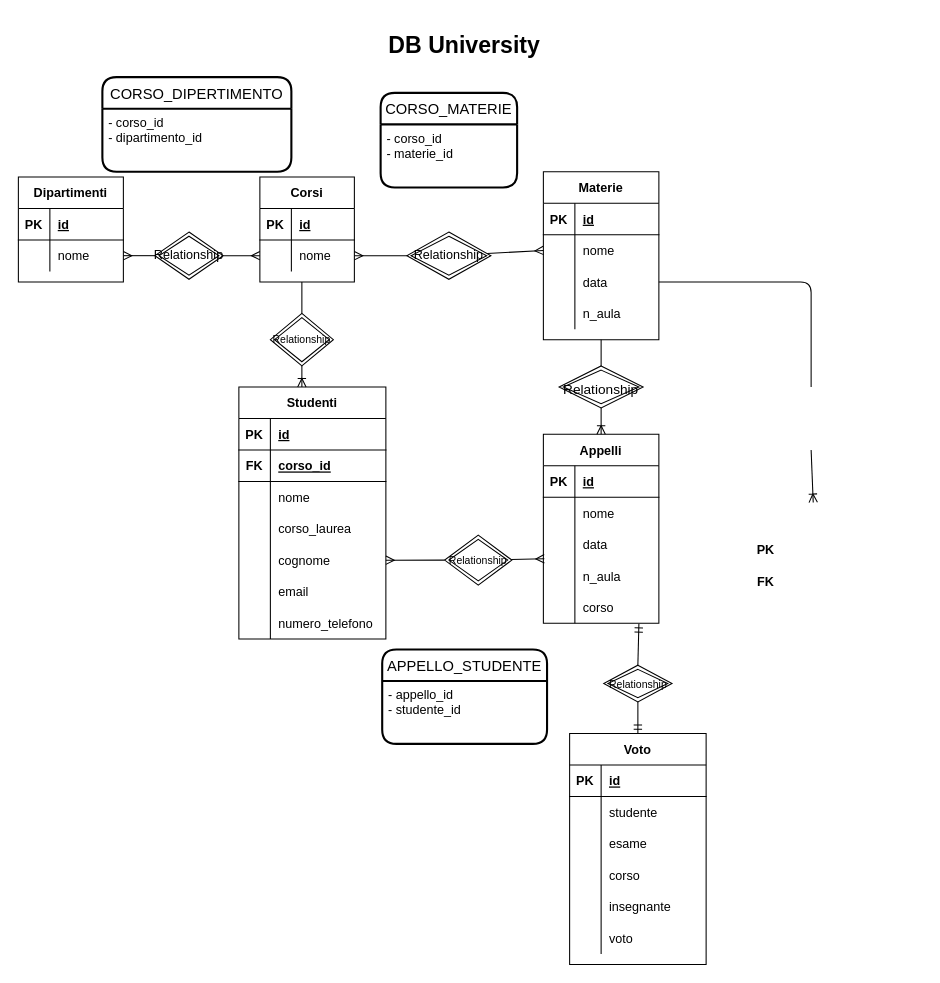
This is university.drawio from nicolas-dp/db-university, a draw.io file, before an edit. Source tidied: cells renumbered, new cells numbered last; positions are measured from the earlier drawing's top-left corner, leaving out a move shared by most shapes. Both pictures are drawn from the tidied source at 105%, with x=0, y=0 at pixel (18, 29).
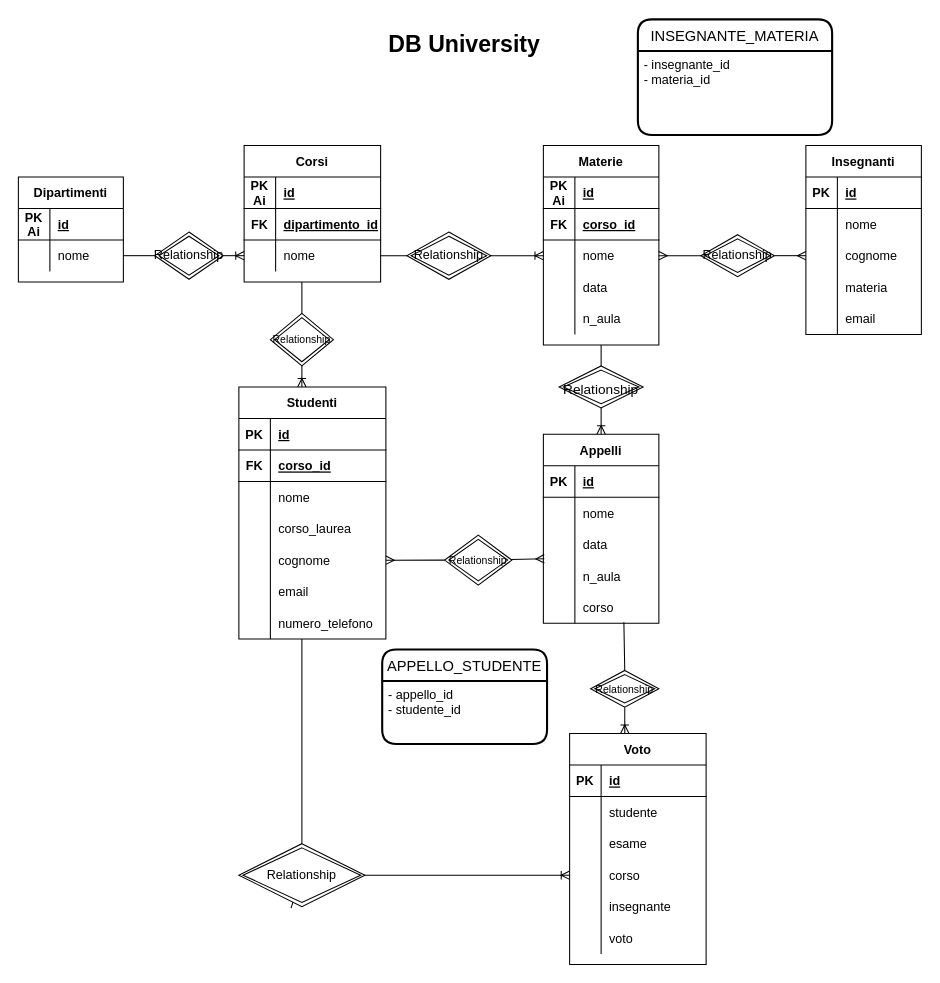
The same diagram, later.

The change refers to these unchanged cells:
```xml
<mxCell id="3" style="shape=partialRectangle;fillColor=none;top=0;left=0;bottom=1;right=0;" parent="2" vertex="1">
  <mxGeometry y="30" width="100" height="30" as="geometry" />
</mxCell>
<mxCell id="6" style="shape=partialRectangle;fillColor=none;top=0;left=0;bottom=0;right=0;points=[[0,0.5],[1,0.5]];portConstraint=eastwest;" parent="2" vertex="1">
  <mxGeometry y="60" width="100" height="30" as="geometry" />
</mxCell>
<mxCell id="17" style="shape=partialRectangle;fillColor=none;top=0;left=0;bottom=1;right=0;" parent="16" vertex="1">
  <mxGeometry y="30" width="110" height="30" as="geometry" />
</mxCell>
<mxCell id="42" style="shape=partialRectangle;fillColor=none;top=0;left=0;bottom=0;right=0;points=[[0,0.5],[1,0.5]];portConstraint=eastwest;" parent="29" vertex="1">
  <mxGeometry y="150" width="110" height="30" as="geometry" />
</mxCell>
<mxCell id="72" value="Voto" style="shape=table;startSize=30;childLayout=tableLayout;rowLines=0;fontStyle=1;align=center;" parent="1" vertex="1">
  <mxGeometry x="525" y="670" width="130" height="220" as="geometry" />
</mxCell>
<mxCell id="82" style="shape=partialRectangle;fillColor=none;top=0;left=0;bottom=0;right=0;points=[[0,0.5],[1,0.5]];portConstraint=eastwest;" parent="72" vertex="1">
  <mxGeometry y="120" width="130" height="30" as="geometry" />
</mxCell>
```

The edit, as a diff of the source:
```diff
@@
-    <mxCell id="4" value="PK" style="shape=partialRectangle;fillColor=none;top=0;left=0;bottom=0;right=0;fontStyle=1;overflow=hidden;" parent="3" vertex="1">
+    <mxCell id="4" value="PK&#10;Ai" style="shape=partialRectangle;fillColor=none;top=0;left=0;bottom=0;right=0;fontStyle=1;overflow=hidden;" parent="3" vertex="1">
       <mxGeometry width="30" height="30" as="geometry" />
     </mxCell>
@@
     <mxCell id="9" value="Corsi" style="shape=table;startSize=30;childLayout=tableLayout;rowLines=0;fontStyle=1;align=center;" parent="1" vertex="1">
-      <mxGeometry x="230" y="140" width="90" height="100" as="geometry" />
+      <mxGeometry x="215" y="110" width="130" height="130" as="geometry" />
     </mxCell>
     <mxCell id="10" style="shape=partialRectangle;fillColor=none;top=0;left=0;bottom=1;right=0;" parent="9" vertex="1">
-      <mxGeometry y="30" width="90" height="30" as="geometry" />
+      <mxGeometry y="30" width="130" height="30" as="geometry" />
     </mxCell>
-    <mxCell id="11" value="PK" style="shape=partialRectangle;fillColor=none;top=0;left=0;bottom=0;right=0;fontStyle=1;overflow=hidden;" parent="10" vertex="1">
+    <mxCell id="11" value="PK&#10;Ai" style="shape=partialRectangle;fillColor=none;top=0;left=0;bottom=0;right=0;fontStyle=1;overflow=hidden;" parent="10" vertex="1">
       <mxGeometry width="30" height="30" as="geometry" />
     </mxCell>
     <mxCell id="12" value="id" style="shape=partialRectangle;fillColor=none;top=0;left=0;bottom=0;right=0;align=left;spacingLeft=6;fontStyle=5;overflow=hidden;" parent="10" vertex="1">
-      <mxGeometry x="30" width="60" height="30" as="geometry" />
+      <mxGeometry x="30" width="100" height="30" as="geometry" />
     </mxCell>
+    <mxCell id="119" style="shape=partialRectangle;fillColor=none;top=0;left=0;bottom=1;right=0;" parent="9" vertex="1">
+      <mxGeometry y="60" width="130" height="30" as="geometry" />
+    </mxCell>
+    <mxCell id="120" value="FK" style="shape=partialRectangle;fillColor=none;top=0;left=0;bottom=0;right=0;fontStyle=1;overflow=hidden;" parent="119" vertex="1">
+      <mxGeometry width="30" height="30" as="geometry" />
+    </mxCell>
+    <mxCell id="121" value="dipartimento_id" style="shape=partialRectangle;fillColor=none;top=0;left=0;bottom=0;right=0;align=left;spacingLeft=6;fontStyle=5;overflow=hidden;" parent="119" vertex="1">
+      <mxGeometry x="30" width="100" height="30" as="geometry" />
+    </mxCell>
     <mxCell id="13" style="shape=partialRectangle;fillColor=none;top=0;left=0;bottom=0;right=0;points=[[0,0.5],[1,0.5]];portConstraint=eastwest;" parent="9" vertex="1">
-      <mxGeometry y="60" width="90" height="30" as="geometry" />
+      <mxGeometry y="90" width="130" height="30" as="geometry" />
     </mxCell>
@@
     <mxCell id="15" value="nome" style="shape=partialRectangle;fillColor=none;top=0;left=0;bottom=0;right=0;align=left;spacingLeft=6;overflow=hidden;" parent="13" vertex="1">
-      <mxGeometry x="30" width="60" height="30" as="geometry" />
+      <mxGeometry x="30" width="100" height="30" as="geometry" />
     </mxCell>
     <mxCell id="16" value="Materie" style="shape=table;startSize=30;childLayout=tableLayout;rowLines=0;fontStyle=1;align=center;" parent="1" vertex="1">
-      <mxGeometry x="500" y="135" width="110" height="160" as="geometry" />
+      <mxGeometry x="500" y="110" width="110" height="190" as="geometry" />
     </mxCell>
@@
-    <mxCell id="18" value="PK" style="shape=partialRectangle;fillColor=none;top=0;left=0;bottom=0;right=0;fontStyle=1;overflow=hidden;" parent="17" vertex="1">
+    <mxCell id="18" value="PK&#10;Ai" style="shape=partialRectangle;fillColor=none;top=0;left=0;bottom=0;right=0;fontStyle=1;overflow=hidden;" parent="17" vertex="1">
       <mxGeometry width="30" height="30" as="geometry" />
     </mxCell>
@@
+    <mxCell id="122" style="shape=partialRectangle;fillColor=none;top=0;left=0;bottom=1;right=0;" parent="16" vertex="1">
+      <mxGeometry y="60" width="110" height="30" as="geometry" />
+    </mxCell>
+    <mxCell id="123" value="FK" style="shape=partialRectangle;fillColor=none;top=0;left=0;bottom=0;right=0;fontStyle=1;overflow=hidden;" parent="122" vertex="1">
+      <mxGeometry width="30" height="30" as="geometry" />
+    </mxCell>
+    <mxCell id="124" value="corso_id" style="shape=partialRectangle;fillColor=none;top=0;left=0;bottom=0;right=0;align=left;spacingLeft=6;fontStyle=5;overflow=hidden;" parent="122" vertex="1">
+      <mxGeometry x="30" width="80" height="30" as="geometry" />
+    </mxCell>
     <mxCell id="20" style="shape=partialRectangle;fillColor=none;top=0;left=0;bottom=0;right=0;points=[[0,0.5],[1,0.5]];portConstraint=eastwest;" parent="16" vertex="1">
-      <mxGeometry y="60" width="110" height="30" as="geometry" />
+      <mxGeometry y="90" width="110" height="30" as="geometry" />
     </mxCell>
@@
     <mxCell id="23" style="shape=partialRectangle;fillColor=none;top=0;left=0;bottom=0;right=0;points=[[0,0.5],[1,0.5]];portConstraint=eastwest;" parent="16" vertex="1">
-      <mxGeometry y="90" width="110" height="30" as="geometry" />
+      <mxGeometry y="120" width="110" height="30" as="geometry" />
     </mxCell>
@@
     <mxCell id="26" style="shape=partialRectangle;fillColor=none;top=0;left=0;bottom=0;right=0;" parent="16" vertex="1">
-      <mxGeometry y="120" width="110" height="30" as="geometry" />
+      <mxGeometry y="150" width="110" height="30" as="geometry" />
     </mxCell>
@@
-    <mxCell id="45" value="PK" style="shape=partialRectangle;fillColor=none;top=0;left=0;bottom=0;right=0;fontStyle=1;overflow=hidden;" parent="1" vertex="1">
-      <mxGeometry x="697" y="480" width="30" height="30" as="geometry" />
-    </mxCell>
-    <mxCell id="46" value="FK" style="shape=partialRectangle;fillColor=none;top=0;left=0;bottom=0;right=0;fontStyle=1;overflow=hidden;" parent="1" vertex="1">
-      <mxGeometry x="697" y="510" width="30" height="30" as="geometry" />
-    </mxCell>
-    <mxCell id="47" style="shape=partialRectangle;fillColor=none;top=0;left=0;bottom=0;right=0;overflow=hidden;" parent="1" vertex="1">
-      <mxGeometry x="697" y="540" width="30" height="30" as="geometry" />
-    </mxCell>
@@
-    <mxCell id="91" style="fontSize=12;html=1;endArrow=ERoneToMany;exitX=0.5;exitY=1;exitDx=0;exitDy=0;startArrow=none;entryX=0.5;entryY=0;entryDx=0;entryDy=0;" parent="1" edge="1">
-      <mxGeometry relative="1" as="geometry">
-        <mxPoint x="755" y="400" as="sourcePoint" />
-        <mxPoint x="757" y="450" as="targetPoint" />
-      </mxGeometry>
-    </mxCell>
-    <mxCell id="92" style="fontSize=12;html=1;endArrow=none;exitX=1;exitY=0.5;exitDx=0;exitDy=0;entryX=0.5;entryY=0;entryDx=0;entryDy=0;" parent="1" edge="1" source="23">
-      <mxGeometry relative="1" as="geometry">
-        <mxPoint x="755" y="340" as="targetPoint" />
-        <Array as="points">
-          <mxPoint x="755" y="240" />
-        </Array>
-      </mxGeometry>
-    </mxCell>
-    <mxCell id="93" value="CORSO_MATERIE" style="swimlane;horizontal=1;startSize=30;rounded=1;fontSize=14;fontStyle=0;strokeWidth=2;shadow=0;dashed=0;align=center;" parent="1" vertex="1">
-      <mxGeometry x="345" y="60" width="130" height="90" as="geometry" />
-    </mxCell>
-    <mxCell id="94" value="- corso_id&#10;- materie_id" style="align=left;strokeColor=none;fillColor=none;spacingLeft=4;fontSize=12;verticalAlign=top;" parent="93" vertex="1">
-      <mxGeometry y="30" width="130" height="60" as="geometry" />
-    </mxCell>
-    <mxCell id="95" style="fontSize=12;html=1;endArrow=ERmany;startArrow=none;entryX=0;entryY=0.5;entryDx=0;entryDy=0;" parent="1" edge="1" source="96" target="20">
-      <mxGeometry relative="1" as="geometry" />
-    </mxCell>
-    <mxCell id="96" value="Relationship" style="shape=rhombus;double=1;perimeter=rhombusPerimeter;whiteSpace=wrap;html=1;align=center;" parent="1" vertex="1">
-      <mxGeometry x="370" y="192.5" width="80" height="45" as="geometry" />
-    </mxCell>
-    <mxCell id="97" style="fontSize=12;html=1;endArrow=none;startArrow=ERmany;entryX=0;entryY=0.5;entryDx=0;entryDy=0;exitX=1;exitY=0.5;exitDx=0;exitDy=0;" parent="1" edge="1" source="13" target="96">
-      <mxGeometry relative="1" as="geometry" />
-    </mxCell>
@@
-    <mxCell id="111" style="fontSize=12;html=1;endArrow=ERmandOne;startArrow=none;rounded=0;entryX=0.827;entryY=1.016;entryDx=0;entryDy=0;entryPerimeter=0;exitX=0.5;exitY=0;exitDx=0;exitDy=0;" parent="1" edge="1" source="112" target="42">
-      <mxGeometry relative="1" as="geometry" />
-    </mxCell>
+    <mxCell id="118" style="fontSize=12;html=1;endArrow=ERoneToMany;exitX=1;exitY=0.5;exitDx=0;exitDy=0;entryX=0;entryY=0.5;entryDx=0;entryDy=0;startArrow=none;" parent="1" edge="1" source="117" target="13">
+      <mxGeometry relative="1" as="geometry" />
+    </mxCell>
+    <mxCell id="117" value="Relationship" style="shape=rhombus;double=1;perimeter=rhombusPerimeter;whiteSpace=wrap;html=1;align=center;" parent="1" vertex="1">
+      <mxGeometry x="130" y="192.5" width="65" height="45" as="geometry" />
+    </mxCell>
+    <mxCell id="125" style="fontSize=12;html=1;endArrow=none;exitX=1;exitY=0.5;exitDx=0;exitDy=0;entryX=0;entryY=0.5;entryDx=0;entryDy=0;" parent="1" edge="1" source="6" target="117">
+      <mxGeometry relative="1" as="geometry" />
+    </mxCell>
+    <mxCell id="96" value="Relationship" style="shape=rhombus;double=1;perimeter=rhombusPerimeter;whiteSpace=wrap;html=1;align=center;" parent="1" vertex="1">
+      <mxGeometry x="370" y="192.5" width="80" height="45" as="geometry" />
+    </mxCell>
+    <mxCell id="97" style="edgeStyle=entityRelationEdgeStyle;fontSize=12;html=1;endArrow=none;exitX=1;exitY=0.5;exitDx=0;exitDy=0;entryX=0;entryY=0.5;entryDx=0;entryDy=0;" parent="1" edge="1" source="13" target="96">
+      <mxGeometry relative="1" as="geometry" />
+    </mxCell>
+    <mxCell id="95" style="fontSize=12;html=1;endArrow=ERoneToMany;elbow=vertical;exitX=1;exitY=0.5;exitDx=0;exitDy=0;entryX=0;entryY=0.5;entryDx=0;entryDy=0;" parent="1" edge="1" source="96" target="20">
+      <mxGeometry relative="1" as="geometry" />
+    </mxCell>
+    <mxCell id="126" value="Insegnanti" style="shape=table;startSize=30;childLayout=tableLayout;rowLines=0;fontStyle=1;align=center;" parent="1" vertex="1">
+      <mxGeometry x="750" y="110" width="110" height="180" as="geometry" />
+    </mxCell>
+    <mxCell id="127" style="shape=partialRectangle;fillColor=none;top=0;left=0;bottom=1;right=0;" parent="126" vertex="1">
+      <mxGeometry y="30" width="110" height="30" as="geometry" />
+    </mxCell>
+    <mxCell id="45" value="PK" style="shape=partialRectangle;fillColor=none;top=0;left=0;bottom=0;right=0;fontStyle=1;overflow=hidden;" parent="127" vertex="1">
+      <mxGeometry width="30" height="30" as="geometry" />
+    </mxCell>
+    <mxCell id="128" value="id" style="shape=partialRectangle;fillColor=none;top=0;left=0;bottom=0;right=0;align=left;spacingLeft=6;fontStyle=5;overflow=hidden;" parent="127" vertex="1">
+      <mxGeometry x="30" width="80" height="30" as="geometry" />
+    </mxCell>
+    <mxCell id="129" style="shape=partialRectangle;fillColor=none;top=0;left=0;bottom=0;right=0;" parent="126" vertex="1">
+      <mxGeometry y="60" width="110" height="30" as="geometry" />
+    </mxCell>
+    <mxCell id="130" style="shape=partialRectangle;fillColor=none;top=0;left=0;bottom=0;right=0;overflow=hidden;" parent="129" vertex="1">
+      <mxGeometry width="30" height="30" as="geometry" />
+    </mxCell>
+    <mxCell id="131" value="nome" style="shape=partialRectangle;fillColor=none;top=0;left=0;bottom=0;right=0;align=left;spacingLeft=6;overflow=hidden;" parent="129" vertex="1">
+      <mxGeometry x="30" width="80" height="30" as="geometry" />
+    </mxCell>
+    <mxCell id="132" style="shape=partialRectangle;fillColor=none;top=0;left=0;bottom=0;right=0;points=[[0,0.5],[1,0.5]];portConstraint=eastwest;" parent="126" vertex="1">
+      <mxGeometry y="90" width="110" height="30" as="geometry" />
+    </mxCell>
+    <mxCell id="133" style="shape=partialRectangle;fillColor=none;top=0;left=0;bottom=0;right=0;overflow=hidden;" parent="132" vertex="1">
+      <mxGeometry width="30" height="30" as="geometry" />
+    </mxCell>
+    <mxCell id="134" value="cognome" style="shape=partialRectangle;fillColor=none;top=0;left=0;bottom=0;right=0;align=left;spacingLeft=6;overflow=hidden;" parent="132" vertex="1">
+      <mxGeometry x="30" width="80" height="30" as="geometry" />
+    </mxCell>
+    <mxCell id="135" style="shape=partialRectangle;fillColor=none;top=0;left=0;bottom=0;right=0;" parent="126" vertex="1">
+      <mxGeometry y="120" width="110" height="30" as="geometry" />
+    </mxCell>
+    <mxCell id="136" style="shape=partialRectangle;fillColor=none;top=0;left=0;bottom=0;right=0;overflow=hidden;" parent="135" vertex="1">
+      <mxGeometry width="30" height="30" as="geometry" />
+    </mxCell>
+    <mxCell id="137" value="materia" style="shape=partialRectangle;fillColor=none;top=0;left=0;bottom=0;right=0;align=left;spacingLeft=6;overflow=hidden;" parent="135" vertex="1">
+      <mxGeometry x="30" width="80" height="30" as="geometry" />
+    </mxCell>
+    <mxCell id="138" style="shape=partialRectangle;fillColor=none;top=0;left=0;bottom=0;right=0;" parent="126" vertex="1">
+      <mxGeometry y="150" width="110" height="30" as="geometry" />
+    </mxCell>
+    <mxCell id="139" style="shape=partialRectangle;fillColor=none;top=0;left=0;bottom=0;right=0;overflow=hidden;" parent="138" vertex="1">
+      <mxGeometry width="30" height="30" as="geometry" />
+    </mxCell>
+    <mxCell id="140" value="email" style="shape=partialRectangle;fillColor=none;top=0;left=0;bottom=0;right=0;align=left;spacingLeft=6;overflow=hidden;" parent="138" vertex="1">
+      <mxGeometry x="30" width="80" height="30" as="geometry" />
+    </mxCell>
+    <mxCell id="141" style="fontSize=12;html=1;endArrow=ERmany;startArrow=none;elbow=vertical;exitX=1;exitY=0.5;exitDx=0;exitDy=0;entryX=0;entryY=0.5;entryDx=0;entryDy=0;" parent="1" edge="1" source="142" target="132">
+      <mxGeometry relative="1" as="geometry" />
+    </mxCell>
+    <mxCell id="142" value="Relationship" style="shape=rhombus;double=1;perimeter=rhombusPerimeter;whiteSpace=wrap;html=1;align=center;" parent="1" vertex="1">
+      <mxGeometry x="650" y="195" width="70" height="40" as="geometry" />
+    </mxCell>
+    <mxCell id="143" style="fontSize=12;html=1;endArrow=none;startArrow=ERmany;elbow=vertical;exitX=1;exitY=0.5;exitDx=0;exitDy=0;entryX=0;entryY=0.5;entryDx=0;entryDy=0;" parent="1" edge="1" source="20" target="142">
+      <mxGeometry relative="1" as="geometry" />
+    </mxCell>
+    <mxCell id="144" value="INSEGNANTE_MATERIA" style="swimlane;horizontal=1;startSize=30;rounded=1;fontSize=14;fontStyle=0;strokeWidth=2;shadow=0;dashed=0;align=center;" parent="1" vertex="1">
+      <mxGeometry x="590" y="-10" width="185" height="110" as="geometry" />
+    </mxCell>
+    <mxCell id="145" value="- insegnante_id&#10;- materia_id" style="align=left;strokeColor=none;fillColor=none;spacingLeft=4;fontSize=12;verticalAlign=top;" parent="144" vertex="1">
+      <mxGeometry y="30" width="185" height="80" as="geometry" />
+    </mxCell>
+    <mxCell id="146" style="fontSize=12;html=1;endArrow=ERoneToMany;elbow=vertical;exitX=0.414;exitY=1.022;exitDx=0;exitDy=0;exitPerimeter=0;entryX=0;entryY=0.5;entryDx=0;entryDy=0;startArrow=none;" parent="1" edge="1" source="147" target="82">
+      <mxGeometry relative="1" as="geometry">
+        <Array as="points">
+          <mxPoint x="270" y="805" />
+        </Array>
+      </mxGeometry>
+    </mxCell>
+    <mxCell id="147" value="Relationship" style="shape=rhombus;double=1;perimeter=rhombusPerimeter;whiteSpace=wrap;html=1;align=center;" parent="1" vertex="1">
+      <mxGeometry x="210" y="775" width="120" height="60" as="geometry" />
+    </mxCell>
+    <mxCell id="148" style="fontSize=12;html=1;endArrow=none;elbow=vertical;entryX=0.5;entryY=0;entryDx=0;entryDy=0;" parent="1" edge="1" target="147">
+      <mxGeometry relative="1" as="geometry">
+        <mxPoint x="270" y="580" as="sourcePoint" />
+      </mxGeometry>
+    </mxCell>
+    <mxCell id="149" style="fontSize=12;html=1;endArrow=ERoneToMany;elbow=vertical;entryX=0.404;entryY=0;entryDx=0;entryDy=0;exitX=0.5;exitY=1;exitDx=0;exitDy=0;startArrow=none;entryPerimeter=0;" parent="1" edge="1" source="112" target="72">
+      <mxGeometry relative="1" as="geometry" />
+    </mxCell>
     <mxCell id="112" value="Relationship" style="shape=rhombus;double=1;perimeter=rhombusPerimeter;whiteSpace=wrap;html=1;align=center;fontSize=10;" parent="1" vertex="1">
-      <mxGeometry x="557.5" y="605" width="65" height="35" as="geometry" />
+      <mxGeometry x="545" y="610" width="65" height="35" as="geometry" />
     </mxCell>
-    <mxCell id="113" style="fontSize=12;html=1;endArrow=none;startArrow=ERmandOne;rounded=0;exitX=0.5;exitY=0;exitDx=0;exitDy=0;" parent="1" edge="1" source="72">
-      <mxGeometry relative="1" as="geometry">
-        <mxPoint x="590" y="640" as="targetPoint" />
-      </mxGeometry>
-    </mxCell>
-    <mxCell id="114" value="CORSO_DIPERTIMENTO" style="swimlane;horizontal=1;startSize=30;rounded=1;fontSize=14;fontStyle=0;strokeWidth=2;shadow=0;dashed=0;align=center;" parent="1" vertex="1">
-      <mxGeometry x="80" y="45" width="180" height="90" as="geometry" />
-    </mxCell>
-    <mxCell id="115" value="- corso_id&#10;- dipartimento_id" style="align=left;strokeColor=none;fillColor=none;spacingLeft=4;fontSize=12;verticalAlign=top;" parent="114" vertex="1">
-      <mxGeometry y="30" width="180" height="60" as="geometry" />
-    </mxCell>
-    <mxCell id="116" style="fontSize=12;html=1;endArrow=ERmany;startArrow=none;rounded=0;exitX=1;exitY=0.5;exitDx=0;exitDy=0;entryX=0;entryY=0.5;entryDx=0;entryDy=0;" parent="1" edge="1" source="117" target="13">
-      <mxGeometry relative="1" as="geometry" />
-    </mxCell>
-    <mxCell id="117" value="Relationship" style="shape=rhombus;double=1;perimeter=rhombusPerimeter;whiteSpace=wrap;html=1;align=center;" parent="1" vertex="1">
-      <mxGeometry x="130" y="192.5" width="65" height="45" as="geometry" />
-    </mxCell>
-    <mxCell id="118" style="fontSize=12;html=1;endArrow=none;startArrow=ERmany;rounded=0;exitX=1;exitY=0.5;exitDx=0;exitDy=0;entryX=0;entryY=0.5;entryDx=0;entryDy=0;" parent="1" edge="1" source="6" target="117">
-      <mxGeometry relative="1" as="geometry" />
-    </mxCell>
+    <mxCell id="150" style="fontSize=12;html=1;endArrow=none;elbow=vertical;entryX=0.5;entryY=0;entryDx=0;entryDy=0;exitX=0.697;exitY=0.969;exitDx=0;exitDy=0;exitPerimeter=0;" parent="1" edge="1" source="42" target="112">
+      <mxGeometry relative="1" as="geometry" />
+    </mxCell>
```
